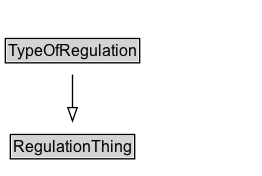
Before: docs/diagrams/TypeOfRegulation.dot.png, a diagram exported from Graphviz (k-vaughn/ontology-its-regulation). Its source is kept beside it as docs/diagrams/TypeOfRegulation.dot.
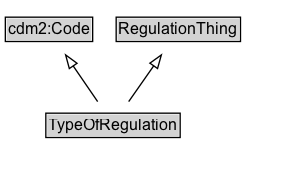
Above is the later version.

Diff of the diagram source:
```diff
@@ -2,6 +2,11 @@
 	graph [overlap=false rankdir=TB splines=true]
 	node [fontname=Arial fontsize=12 margin=0 shape=none]
 	edge [fontname=Arial fontsize=11]
+	{
+		rank=source
+		cdm2_Code [label=<<TABLE BORDER="1" CELLBORDER="0" CELLSPACING="0" CELLPADDING="1"><TR><TD BGCOLOR="lightgray" ALIGN="CENTER">cdm2:Code</TD></TR></TABLE>> URL="https://w3id.org/citydata/part2/v1/Code" margin=0]
+		RegulationThing [label=<<TABLE BORDER="1" CELLBORDER="0" CELLSPACING="0" CELLPADDING="1"><TR><TD BGCOLOR="lightgray" ALIGN="CENTER">RegulationThing</TD></TR></TABLE>> URL="../RegulationThing" margin=0]
+	}
 	TypeOfRegulation [label=<<TABLE BORDER="1" CELLBORDER="0" CELLSPACING="0" CELLPADDING="1"><TR><TD BGCOLOR="lightgray" ALIGN="CENTER">TypeOfRegulation</TD></TR></TABLE>> URL="../TypeOfRegulation" margin=0]
 	{
 		rank=max
@@ -10,6 +15,6 @@
 		label="" style=invis
 		Invis [label=<<TABLE BORDER="0" CELLBORDER="0" CELLSPACING="0" CELLPADDING="1"><TR><TD></TD></TR></TABLE>> margin=0 style=invis]
 	}
-	RegulationThing [label=<<TABLE BORDER="1" CELLBORDER="0" CELLSPACING="0" CELLPADDING="1"><TR><TD BGCOLOR="lightgray" ALIGN="CENTER">RegulationThing</TD></TR></TABLE>> URL="../RegulationThing" margin=0]
+	TypeOfRegulation -> cdm2_Code [arrowhead=onormal style=solid]
 	TypeOfRegulation -> RegulationThing [arrowhead=onormal style=solid]
 }
```
